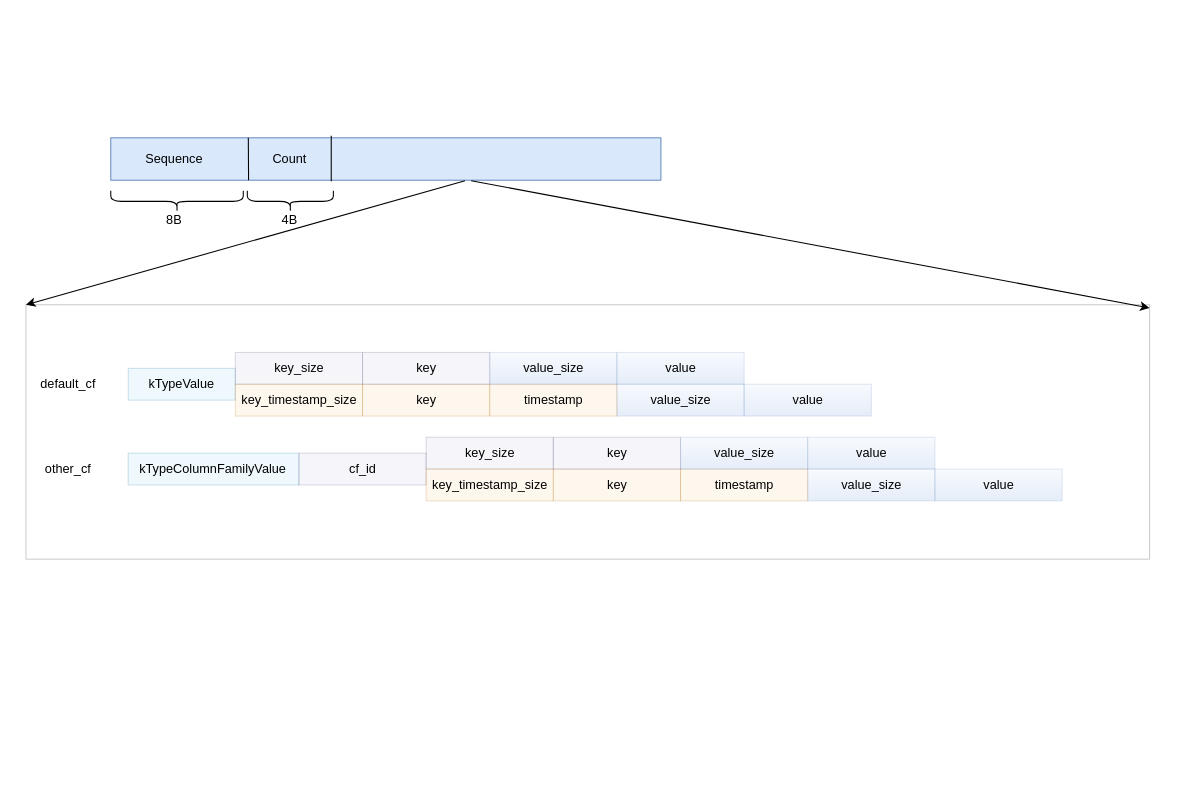
Above: write_batch.drawio in leon-db/images (draw.io), before the change. Source tidied: cells renumbered, new cells numbered last; positions are measured from the earlier drawing's top-left corner, leaving out a move shared by most shapes. Both pictures are drawn from the tidied source at 106%, with x=0, y=0 at pixel (25, 135).
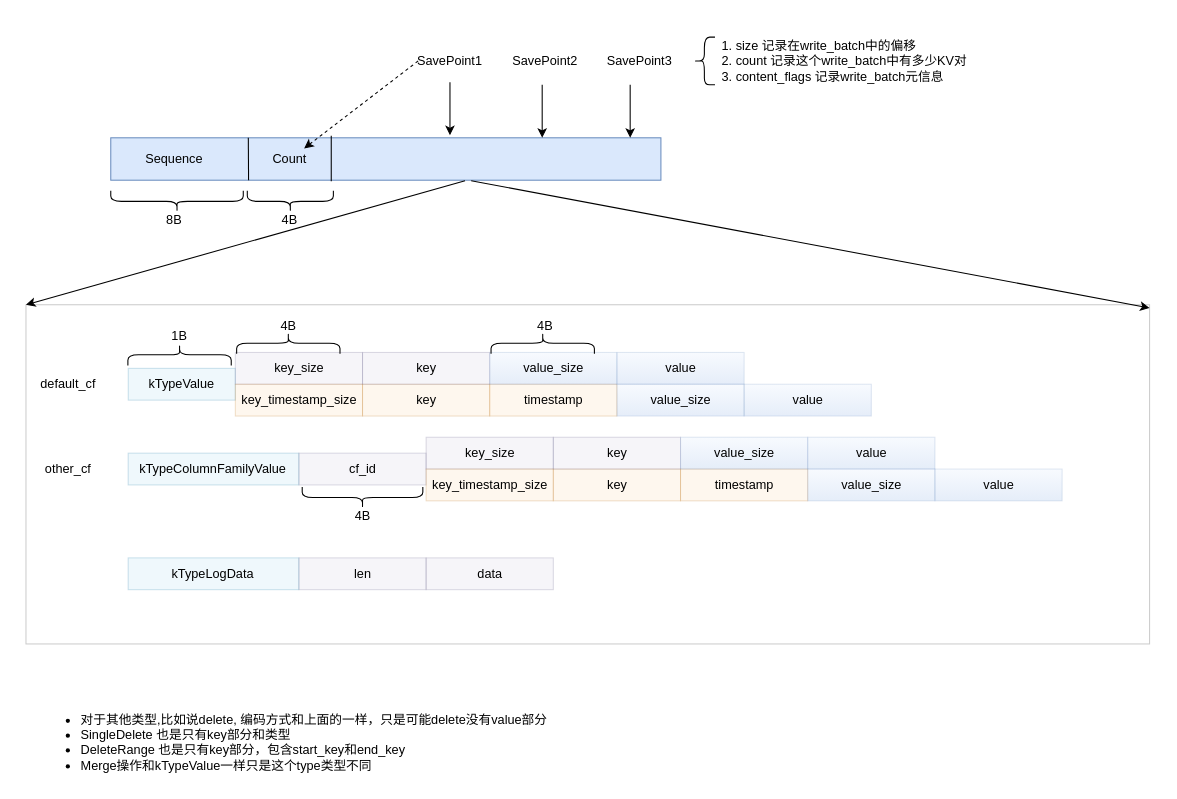
The same page after the edit.

The change refers to these unchanged cells:
```xml
<mxCell id="36" value="Count" style="text;html=1;strokeColor=none;fillColor=none;align=center;verticalAlign=middle;whiteSpace=wrap;rounded=0;" parent="30" vertex="1">
  <mxGeometry x="149.4" y="12" width="40" height="20" as="geometry" />
</mxCell>
```

Change to the diagram source:
```diff
@@
     <mxCell id="2" style="rounded=0;whiteSpace=wrap;html=1;strokeColor=#000000;strokeWidth=1;opacity=20;" parent="1" vertex="1">
-      <mxGeometry y="160" width="1060" height="240" as="geometry" />
+      <mxGeometry y="160" width="1060" height="320" as="geometry" />
     </mxCell>
@@
+    <mxCell id="39" style="shape=curlyBracket;whiteSpace=wrap;html=1;rounded=1;strokeWidth=1;rotation=90;" parent="1" vertex="1">
+      <mxGeometry x="134.9" y="158.5" width="20" height="97.5" as="geometry" />
+    </mxCell>
+    <mxCell id="40" style="shape=curlyBracket;whiteSpace=wrap;html=1;rounded=1;strokeWidth=1;rotation=90;" parent="1" vertex="1">
+      <mxGeometry x="237.5" y="147.5" width="20" height="97.5" as="geometry" />
+    </mxCell>
+    <mxCell id="41" style="shape=curlyBracket;whiteSpace=wrap;html=1;rounded=1;strokeWidth=1;rotation=90;" parent="1" vertex="1">
+      <mxGeometry x="477.5" y="147.5" width="20" height="97.5" as="geometry" />
+    </mxCell>
+    <mxCell id="42" value="4B" style="text;html=1;strokeColor=none;fillColor=none;align=center;verticalAlign=middle;whiteSpace=wrap;rounded=0;opacity=20;" parent="1" vertex="1">
+      <mxGeometry x="227.5" y="170" width="40" height="20" as="geometry" />
+    </mxCell>
+    <mxCell id="43" value="4B" style="text;html=1;strokeColor=none;fillColor=none;align=center;verticalAlign=middle;whiteSpace=wrap;rounded=0;opacity=20;" parent="1" vertex="1">
+      <mxGeometry x="470" y="170" width="40" height="20" as="geometry" />
+    </mxCell>
+    <mxCell id="44" value="1B" style="text;html=1;strokeColor=none;fillColor=none;align=center;verticalAlign=middle;whiteSpace=wrap;rounded=0;opacity=20;" parent="1" vertex="1">
+      <mxGeometry x="124.9" y="180" width="40" height="20" as="geometry" />
+    </mxCell>
+    <mxCell id="45" style="shape=curlyBracket;whiteSpace=wrap;html=1;rounded=1;strokeWidth=1;rotation=-90;" parent="1" vertex="1">
+      <mxGeometry x="307.5" y="285" width="20" height="113.8" as="geometry" />
+    </mxCell>
+    <mxCell id="46" value="4B" style="text;html=1;strokeColor=none;fillColor=none;align=center;verticalAlign=middle;whiteSpace=wrap;rounded=0;opacity=20;" parent="1" vertex="1">
+      <mxGeometry x="297.5" y="350" width="40" height="20" as="geometry" />
+    </mxCell>
+    <mxCell id="47" value="&lt;ul&gt;&lt;li&gt;对于其他类型,比如说delete, 编码方式和上面的一样，只是可能delete没有value部分&lt;/li&gt;&lt;li&gt;SingleDelete 也是只有key部分和类型&lt;/li&gt;&lt;li&gt;DeleteRange 也是只有key部分，包含start_key和end_key&lt;/li&gt;&lt;li&gt;Merge操作和kTypeValue一样只是这个type类型不同&lt;/li&gt;&lt;/ul&gt;" style="text;strokeColor=none;fillColor=none;html=1;whiteSpace=wrap;verticalAlign=middle;overflow=hidden;opacity=20;" parent="1" vertex="1">
+      <mxGeometry x="10" y="530" width="1005.1" height="80" as="geometry" />
+    </mxCell>
+    <mxCell id="48" value="kTypeLogData" style="rounded=0;whiteSpace=wrap;html=1;strokeWidth=1;opacity=20;perimeterSpacing=1;fillColor=#b1ddf0;strokeColor=#10739e;" parent="1" vertex="1">
+      <mxGeometry x="96.4" y="398.8" width="161.1" height="30" as="geometry" />
+    </mxCell>
+    <mxCell id="49" value="len" style="whiteSpace=wrap;html=1;rounded=0;strokeWidth=1;opacity=20;fillColor=#d0cee2;strokeColor=#56517e;" parent="1" vertex="1">
+      <mxGeometry x="257.5" y="398.8" width="120" height="30" as="geometry" />
+    </mxCell>
+    <mxCell id="50" value="data" style="whiteSpace=wrap;html=1;rounded=0;strokeWidth=1;opacity=20;fillColor=#d0cee2;strokeColor=#56517e;" parent="1" vertex="1">
+      <mxGeometry x="377.5" y="398.8" width="120" height="30" as="geometry" />
+    </mxCell>
+    <mxCell id="51" style="endArrow=classic;html=1;" parent="1" edge="1">
+      <mxGeometry relative="1" as="geometry">
+        <mxPoint x="400" y="-50" as="sourcePoint" />
+        <mxPoint x="400" as="targetPoint" />
+      </mxGeometry>
+    </mxCell>
+    <mxCell id="52" style="endArrow=classic;html=1;" parent="1" edge="1">
+      <mxGeometry relative="1" as="geometry">
+        <mxPoint x="487" y="-47.5" as="sourcePoint" />
+        <mxPoint x="487" y="2.5" as="targetPoint" />
+      </mxGeometry>
+    </mxCell>
+    <mxCell id="53" style="endArrow=classic;html=1;" parent="1" edge="1">
+      <mxGeometry relative="1" as="geometry">
+        <mxPoint x="570" y="-47.5" as="sourcePoint" />
+        <mxPoint x="570" y="2.5" as="targetPoint" />
+      </mxGeometry>
+    </mxCell>
+    <mxCell id="54" value="SavePoint1" style="text;html=1;strokeColor=none;fillColor=none;align=center;verticalAlign=middle;whiteSpace=wrap;rounded=0;" parent="1" vertex="1">
+      <mxGeometry x="380" y="-80" width="40" height="20" as="geometry" />
+    </mxCell>
+    <mxCell id="55" value="SavePoint2" style="text;html=1;strokeColor=none;fillColor=none;align=center;verticalAlign=middle;whiteSpace=wrap;rounded=0;" parent="1" vertex="1">
+      <mxGeometry x="470" y="-80" width="40" height="20" as="geometry" />
+    </mxCell>
+    <mxCell id="56" value="SavePoint3" style="text;html=1;strokeColor=none;fillColor=none;align=center;verticalAlign=middle;whiteSpace=wrap;rounded=0;" parent="1" vertex="1">
+      <mxGeometry x="559" y="-80" width="40" height="20" as="geometry" />
+    </mxCell>
+    <mxCell id="57" style="endArrow=classic;html=1;dashed=1;" parent="1" edge="1" target="36">
+      <mxGeometry relative="1" as="geometry">
+        <mxPoint x="370" y="-70" as="sourcePoint" />
+      </mxGeometry>
+    </mxCell>
+    <mxCell id="58" style="shape=curlyBracket;whiteSpace=wrap;html=1;rounded=1;strokeWidth=1;size=0.5;" parent="1" vertex="1">
+      <mxGeometry x="630" y="-92.5" width="20" height="45" as="geometry" />
+    </mxCell>
+    <mxCell id="59" value="&lt;ol&gt;&lt;li&gt;size 记录在write_batch中的偏移&lt;/li&gt;&lt;li&gt;count 记录这个write_batch中有多少KV对&lt;/li&gt;&lt;li&gt;content_flags 记录write_batch元信息&lt;/li&gt;&lt;/ol&gt;" style="text;strokeColor=none;fillColor=none;html=1;whiteSpace=wrap;verticalAlign=middle;overflow=hidden;opacity=20;" parent="1" vertex="1">
+      <mxGeometry x="627.5" y="-110" width="272.5" height="80" as="geometry" />
+    </mxCell>
```
